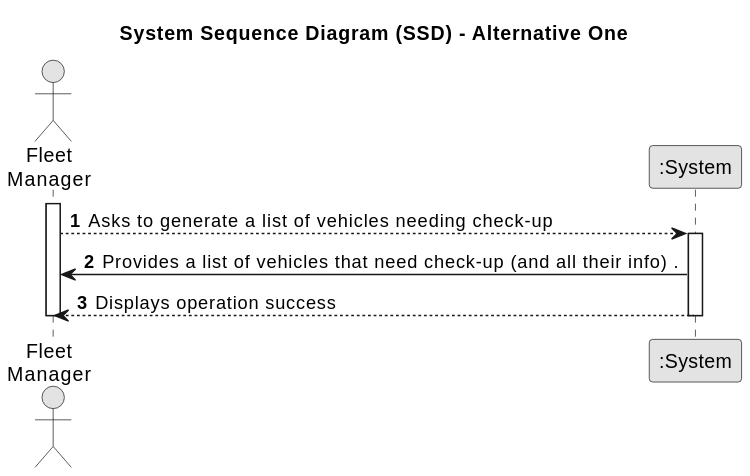
The PlantUML diagram docs/sprintB/us009/01.requirements-engineering/svg/us009-system-sequence-diagram-alternative-one-System_Sequence_Diagram__SSD____Alternative_One.svg in SAEmanuel/Green_Spaces_Management_ISEP, before a commit.
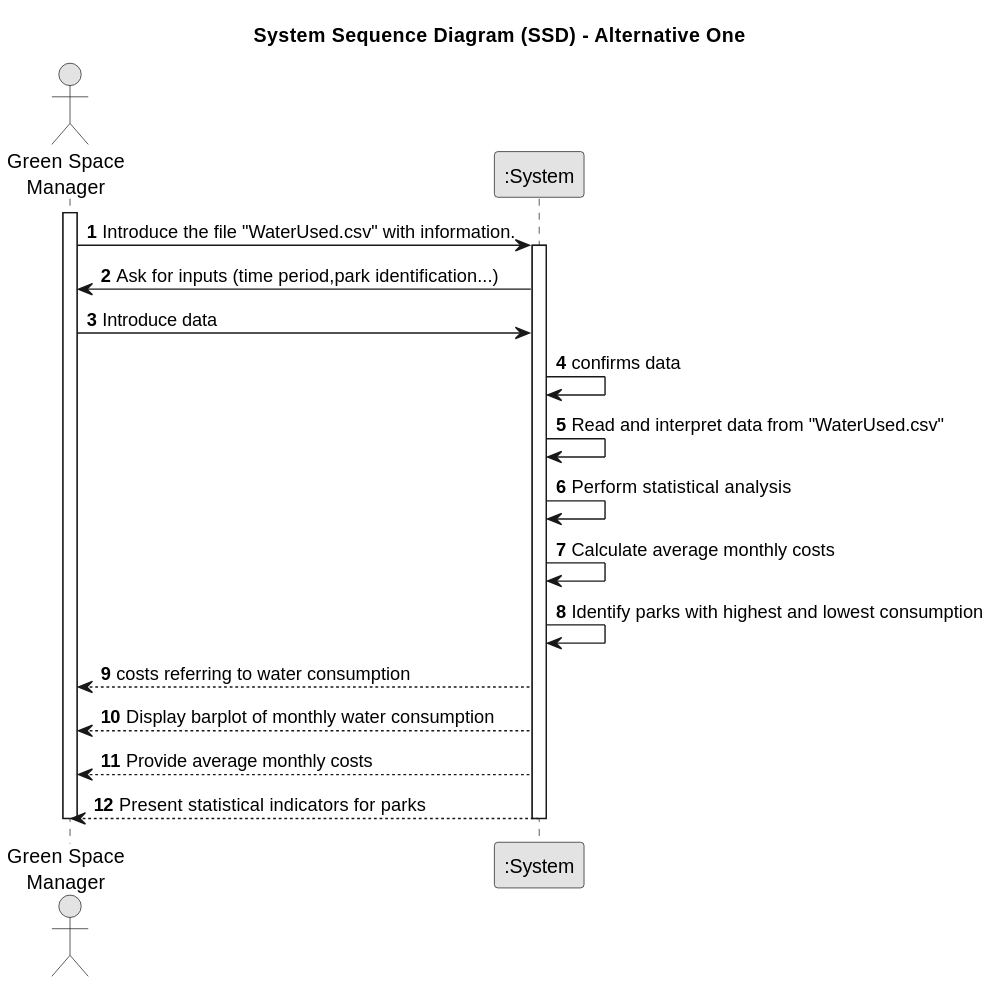
Above is the later version.

Diff of the diagram source:
```diff
@@ -7,18 +7,26 @@
 
 autonumber
 
-actor "Fleet\nManager" as FM
+actor "Green Space\nManager" as gsm
 participant ":System" as System
 
+        activate gsm
 
-        activate FM
-
-        FM --> System: Asks to generate a list of vehicles needing check-up
+        gsm -> System: Introduce the file "WaterUsed.csv" with information.
         activate System
 
-        System -> FM : Provides a list of vehicles that need check-up (and all their info) .
+        System -> gsm: Ask for inputs (time period,park identification...)
+        gsm -> System : Introduce data
+        System -> System : confirms data
+        System -> System : Read and interpret data from "WaterUsed.csv"
+        System -> System: Perform statistical analysis
+        System -> System: Calculate average monthly costs
+        System -> System: Identify parks with highest and lowest consumption
+        System --> gsm: costs referring to water consumption
+        System --> gsm: Display barplot of monthly water consumption
+        System --> gsm: Provide average monthly costs
+        System --> gsm: Present statistical indicators for parks
 
-        System --> FM : Displays operation success
         deactivate System
-        deactivate FM
+        deactivate gsm
 @enduml
```
